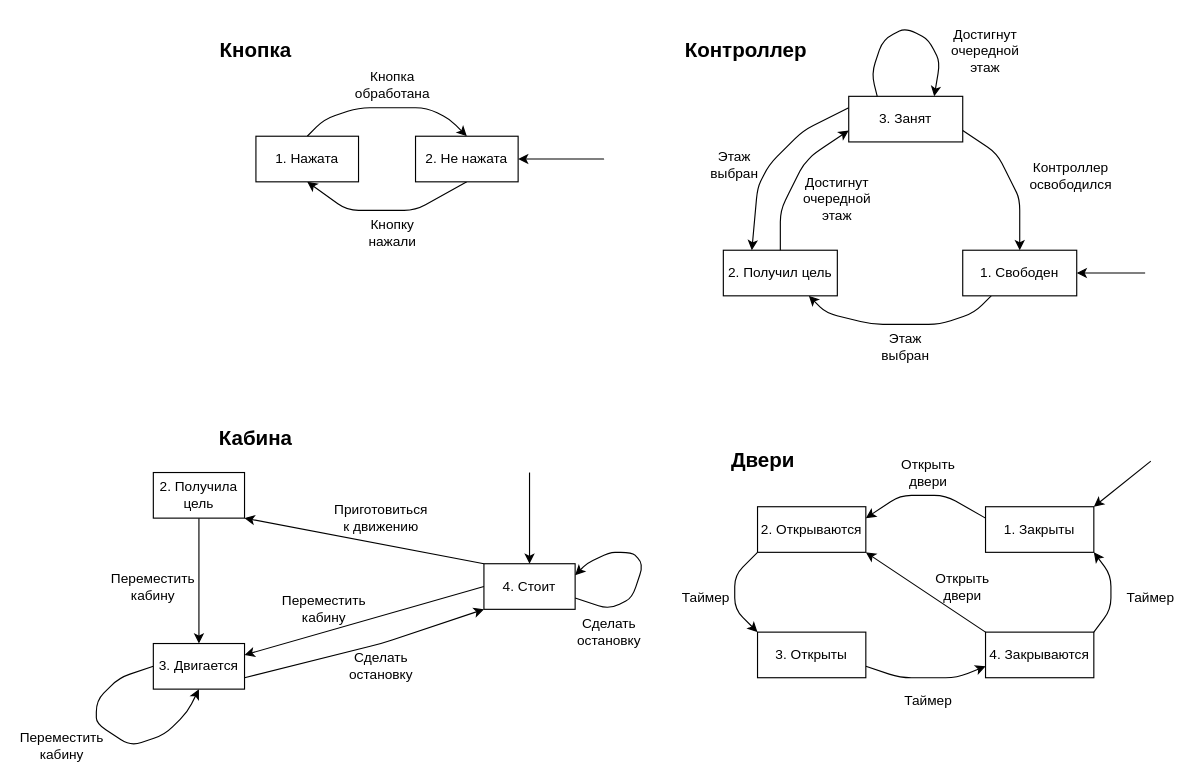
Inspirate789/BMSTU-OOP-CPP keeps this draw.io diagram as lab_04/Diagrams.drawio. Above is the earlier version. Source tidied: cells renumbered, new cells numbered last; positions are measured from the earlier drawing's top-left corner, leaving out a move shared by most shapes. Both pictures are drawn from the tidied source at 114%, with x=0, y=0 at pixel (39, 27).
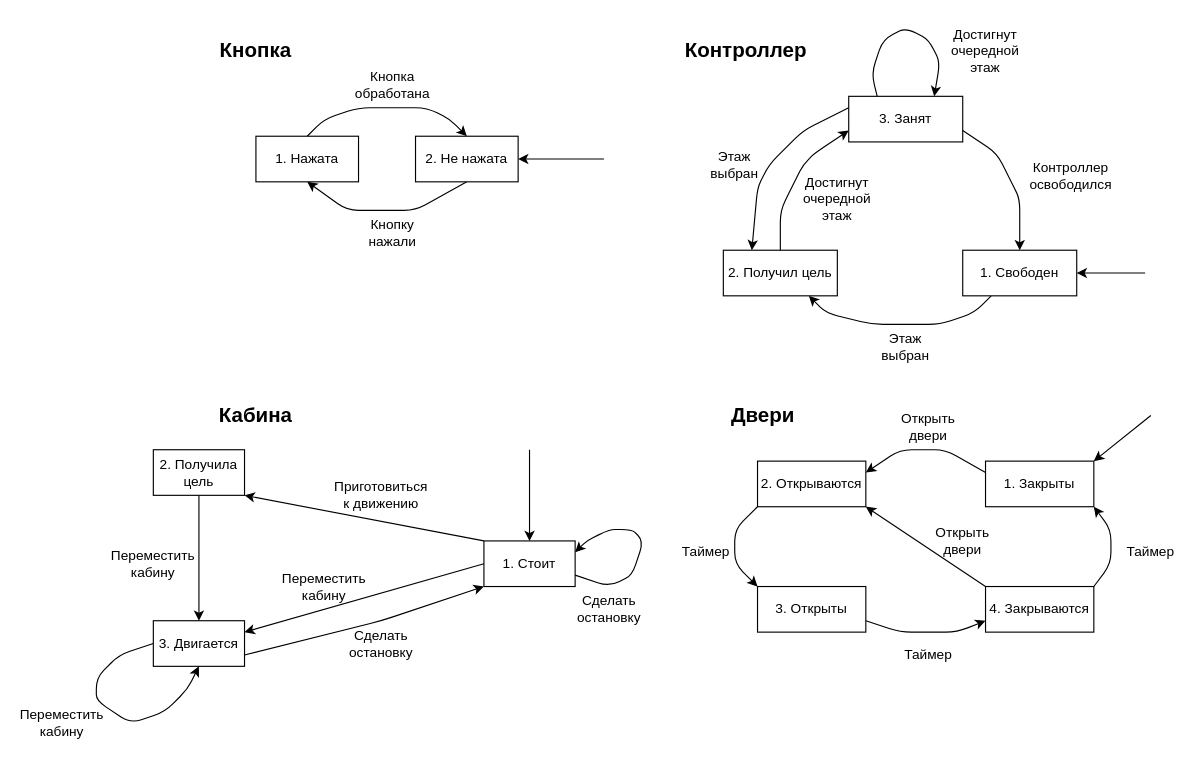
The same page after the edit.

Commit message (it also covers changes not shown here):
Fix diagram and button's state transition

Change to the diagram source:
```diff
@@
     <mxCell id="8" value="&lt;b&gt;&lt;font style=&quot;font-size: 18px&quot;&gt;Кабина&lt;/font&gt;&lt;/b&gt;" style="text;html=1;strokeColor=none;fillColor=none;align=center;verticalAlign=middle;whiteSpace=wrap;rounded=0;" parent="1" vertex="1">
-      <mxGeometry x="170" y="350" width="40" height="20" as="geometry" />
+      <mxGeometry x="170" y="330" width="40" height="20" as="geometry" />
     </mxCell>
     <mxCell id="9" style="endArrow=classic;html=1;exitX=0;exitY=0.5;exitDx=0;exitDy=0;entryX=0.5;entryY=1;entryDx=0;entryDy=0;" parent="1" edge="1" source="19" target="19">
       <mxGeometry relative="1" as="geometry">
         <Array as="points">
-          <mxPoint x="70" y="570" />
+          <mxPoint x="70" y="550" />
+          <mxPoint x="50" y="570" />
           <mxPoint x="50" y="590" />
-          <mxPoint x="50" y="610" />
-          <mxPoint x="80" y="630" />
-          <mxPoint x="110" y="620" />
-          <mxPoint x="130" y="600" />
+          <mxPoint x="80" y="610" />
+          <mxPoint x="110" y="600" />
+          <mxPoint x="130" y="580" />
         </Array>
       </mxGeometry>
     </mxCell>
     <mxCell id="10" value="&lt;b&gt;&lt;font style=&quot;font-size: 18px&quot;&gt;Двери&lt;/font&gt;&lt;/b&gt;" style="text;html=1;strokeColor=none;fillColor=none;align=center;verticalAlign=middle;whiteSpace=wrap;rounded=0;" parent="1" vertex="1">
-      <mxGeometry x="615" y="370" width="40" height="20" as="geometry" />
+      <mxGeometry x="615" y="330" width="40" height="20" as="geometry" />
     </mxCell>
     <mxCell id="11" style="endArrow=classic;html=1;exitX=0;exitY=1;exitDx=0;exitDy=0;entryX=0;entryY=0;entryDx=0;entryDy=0;" parent="1" edge="1" source="22" target="23">
       <mxGeometry relative="1" as="geometry">
         <Array as="points">
-          <mxPoint x="610" y="480" />
-          <mxPoint x="610" y="510" />
+          <mxPoint x="610" y="440" />
+          <mxPoint x="610" y="470" />
         </Array>
       </mxGeometry>
     </mxCell>
     <mxCell id="12" style="endArrow=classic;html=1;exitX=1;exitY=0.75;exitDx=0;exitDy=0;entryX=0;entryY=0.75;entryDx=0;entryDy=0;" parent="1" edge="1" source="23" target="24">
       <mxGeometry relative="1" as="geometry">
         <Array as="points">
-          <mxPoint x="755" y="570" />
-          <mxPoint x="805" y="570" />
+          <mxPoint x="755" y="530" />
+          <mxPoint x="805" y="530" />
         </Array>
       </mxGeometry>
     </mxCell>
     <mxCell id="13" style="endArrow=classic;html=1;entryX=1;entryY=1;entryDx=0;entryDy=0;exitX=1;exitY=0;exitDx=0;exitDy=0;" parent="1" edge="1" source="24" target="21">
       <mxGeometry relative="1" as="geometry">
         <Array as="points">
-          <mxPoint x="940" y="510" />
-          <mxPoint x="940" y="480" />
+          <mxPoint x="940" y="470" />
+          <mxPoint x="940" y="440" />
         </Array>
       </mxGeometry>
     </mxCell>
     <mxCell id="14" style="endArrow=classic;html=1;entryX=1;entryY=0.25;entryDx=0;entryDy=0;exitX=0;exitY=0.25;exitDx=0;exitDy=0;" parent="1" edge="1" source="21" target="22">
       <mxGeometry relative="1" as="geometry">
         <Array as="points">
-          <mxPoint x="795" y="410" />
-          <mxPoint x="755" y="410" />
+          <mxPoint x="795" y="370" />
+          <mxPoint x="755" y="370" />
         </Array>
       </mxGeometry>
     </mxCell>
@@
     <mxCell id="16" value="Таймер" style="text;html=1;strokeColor=none;fillColor=none;align=center;verticalAlign=middle;whiteSpace=wrap;rounded=0;" parent="1" vertex="1">
-      <mxGeometry x="955" y="490" width="40" height="20" as="geometry" />
+      <mxGeometry x="955" y="450" width="40" height="20" as="geometry" />
     </mxCell>
     <mxCell id="17" value="Таймер" style="text;html=1;strokeColor=none;fillColor=none;align=center;verticalAlign=middle;whiteSpace=wrap;rounded=0;" parent="1" vertex="1">
-      <mxGeometry x="760" y="580" width="40" height="20" as="geometry" />
+      <mxGeometry x="760" y="540" width="40" height="20" as="geometry" />
     </mxCell>
     <mxCell id="18" value="Таймер" style="text;html=1;strokeColor=none;fillColor=none;align=center;verticalAlign=middle;whiteSpace=wrap;rounded=0;" parent="1" vertex="1">
-      <mxGeometry x="565" y="490" width="40" height="20" as="geometry" />
+      <mxGeometry x="565" y="450" width="40" height="20" as="geometry" />
     </mxCell>
     <mxCell id="19" value="3. Двигается" style="rounded=0;whiteSpace=wrap;html=1;" parent="1" vertex="1">
-      <mxGeometry x="100" y="540" width="80" height="40" as="geometry" />
+      <mxGeometry x="100" y="520" width="80" height="40" as="geometry" />
     </mxCell>
-    <mxCell id="20" value="4. Стоит" style="rounded=0;whiteSpace=wrap;html=1;" parent="1" vertex="1">
-      <mxGeometry x="390" y="470" width="80" height="40" as="geometry" />
+    <mxCell id="20" value="1. Стоит" style="rounded=0;whiteSpace=wrap;html=1;" parent="1" vertex="1">
+      <mxGeometry x="390" y="450" width="80" height="40" as="geometry" />
     </mxCell>
     <mxCell id="21" value="1. Закрыты" style="rounded=0;whiteSpace=wrap;html=1;" parent="1" vertex="1">
-      <mxGeometry x="830" y="420" width="95" height="40" as="geometry" />
+      <mxGeometry x="830" y="380" width="95" height="40" as="geometry" />
     </mxCell>
     <mxCell id="22" value="2. Открываются" style="rounded=0;whiteSpace=wrap;html=1;" parent="1" vertex="1">
-      <mxGeometry x="630" y="420" width="95" height="40" as="geometry" />
+      <mxGeometry x="630" y="380" width="95" height="40" as="geometry" />
     </mxCell>
     <mxCell id="23" value="3. Открыты" style="rounded=0;whiteSpace=wrap;html=1;" parent="1" vertex="1">
-      <mxGeometry x="630" y="530" width="95" height="40" as="geometry" />
+      <mxGeometry x="630" y="490" width="95" height="40" as="geometry" />
     </mxCell>
     <mxCell id="24" value="4. Закрываются" style="rounded=0;whiteSpace=wrap;html=1;" parent="1" vertex="1">
-      <mxGeometry x="830" y="530" width="95" height="40" as="geometry" />
+      <mxGeometry x="830" y="490" width="95" height="40" as="geometry" />
     </mxCell>
@@
     <mxCell id="31" style="endArrow=classic;html=1;entryX=1;entryY=0;entryDx=0;entryDy=0;" parent="1" edge="1" target="21">
       <mxGeometry relative="1" as="geometry">
-        <mxPoint x="975" y="380" as="sourcePoint" />
+        <mxPoint x="975" y="340" as="sourcePoint" />
       </mxGeometry>
     </mxCell>
     <mxCell id="32" value="Открыть двери" style="text;html=1;strokeColor=none;fillColor=none;align=center;verticalAlign=middle;whiteSpace=wrap;rounded=0;" parent="1" vertex="1">
-      <mxGeometry x="760" y="380" width="40" height="20" as="geometry" />
+      <mxGeometry x="760" y="340" width="40" height="20" as="geometry" />
     </mxCell>
@@
     <mxCell id="34" style="endArrow=classic;html=1;entryX=1;entryY=0.25;entryDx=0;entryDy=0;exitX=1;exitY=0.75;exitDx=0;exitDy=0;" parent="1" edge="1" source="20" target="20">
       <mxGeometry relative="1" as="geometry">
         <Array as="points">
-          <mxPoint x="500" y="510" />
-          <mxPoint x="520" y="500" />
-          <mxPoint x="530" y="470" />
-          <mxPoint x="520" y="460" />
-          <mxPoint x="500" y="460" />
-          <mxPoint x="480" y="470" />
+          <mxPoint x="500" y="490" />
+          <mxPoint x="520" y="480" />
+          <mxPoint x="530" y="450" />
+          <mxPoint x="520" y="440" />
+          <mxPoint x="500" y="440" />
+          <mxPoint x="480" y="450" />
         </Array>
       </mxGeometry>
     </mxCell>
     <mxCell id="35" value="Переместить кабину" style="text;html=1;strokeColor=none;fillColor=none;align=center;verticalAlign=middle;whiteSpace=wrap;rounded=0;" parent="1" vertex="1">
-      <mxGeometry x="80" y="480" width="40" height="20" as="geometry" />
+      <mxGeometry x="80" y="460" width="40" height="20" as="geometry" />
     </mxCell>
     <mxCell id="36" value="Сделать остановку" style="text;html=1;strokeColor=none;fillColor=none;align=center;verticalAlign=middle;whiteSpace=wrap;rounded=0;" parent="1" vertex="1">
-      <mxGeometry x="480" y="520" width="40" height="20" as="geometry" />
+      <mxGeometry x="480" y="500" width="40" height="20" as="geometry" />
     </mxCell>
@@
     <mxCell id="41" value="Открыть двери" style="text;html=1;strokeColor=none;fillColor=none;align=center;verticalAlign=middle;whiteSpace=wrap;rounded=0;" parent="1" vertex="1">
-      <mxGeometry x="790" y="480" width="40" height="20" as="geometry" />
+      <mxGeometry x="790" y="440" width="40" height="20" as="geometry" />
     </mxCell>
@@
     <mxCell id="43" value="2. Получила цель" style="rounded=0;whiteSpace=wrap;html=1;" parent="1" vertex="1">
-      <mxGeometry x="100" y="390" width="80" height="40" as="geometry" />
+      <mxGeometry x="100" y="370" width="80" height="40" as="geometry" />
     </mxCell>
     <mxCell id="44" value="Сделать остановку" style="text;html=1;strokeColor=none;fillColor=none;align=center;verticalAlign=middle;whiteSpace=wrap;rounded=0;" parent="1" vertex="1">
-      <mxGeometry x="280" y="550" width="40" height="20" as="geometry" />
+      <mxGeometry x="280" y="530" width="40" height="20" as="geometry" />
     </mxCell>
     <mxCell id="45" value="Переместить кабину" style="text;html=1;strokeColor=none;fillColor=none;align=center;verticalAlign=middle;whiteSpace=wrap;rounded=0;" parent="1" vertex="1">
-      <mxGeometry y="620" width="40" height="20" as="geometry" />
+      <mxGeometry y="600" width="40" height="20" as="geometry" />
     </mxCell>
     <mxCell id="46" value="Приготовиться к движению" style="text;html=1;strokeColor=none;fillColor=none;align=center;verticalAlign=middle;whiteSpace=wrap;rounded=0;" parent="1" vertex="1">
-      <mxGeometry x="280" y="420" width="40" height="20" as="geometry" />
+      <mxGeometry x="280" y="400" width="40" height="20" as="geometry" />
     </mxCell>
     <mxCell id="47" style="endArrow=classic;html=1;entryX=0.5;entryY=0;entryDx=0;entryDy=0;" parent="1" edge="1" target="20">
       <mxGeometry relative="1" as="geometry">
-        <mxPoint x="430" y="390" as="sourcePoint" />
+        <mxPoint x="430" y="370" as="sourcePoint" />
       </mxGeometry>
     </mxCell>
@@
     <mxCell id="52" style="endArrow=classic;html=1;exitX=1;exitY=0.75;exitDx=0;exitDy=0;entryX=0;entryY=1;entryDx=0;entryDy=0;" parent="1" edge="1" source="19" target="20">
       <mxGeometry relative="1" as="geometry">
         <Array as="points">
-          <mxPoint x="300" y="540" />
+          <mxPoint x="300" y="520" />
         </Array>
       </mxGeometry>
     </mxCell>
@@
     <mxCell id="54" value="Переместить кабину" style="text;html=1;strokeColor=none;fillColor=none;align=center;verticalAlign=middle;whiteSpace=wrap;rounded=0;" parent="1" vertex="1">
-      <mxGeometry x="230" y="500" width="40" height="20" as="geometry" />
+      <mxGeometry x="230" y="480" width="40" height="20" as="geometry" />
     </mxCell>
```
